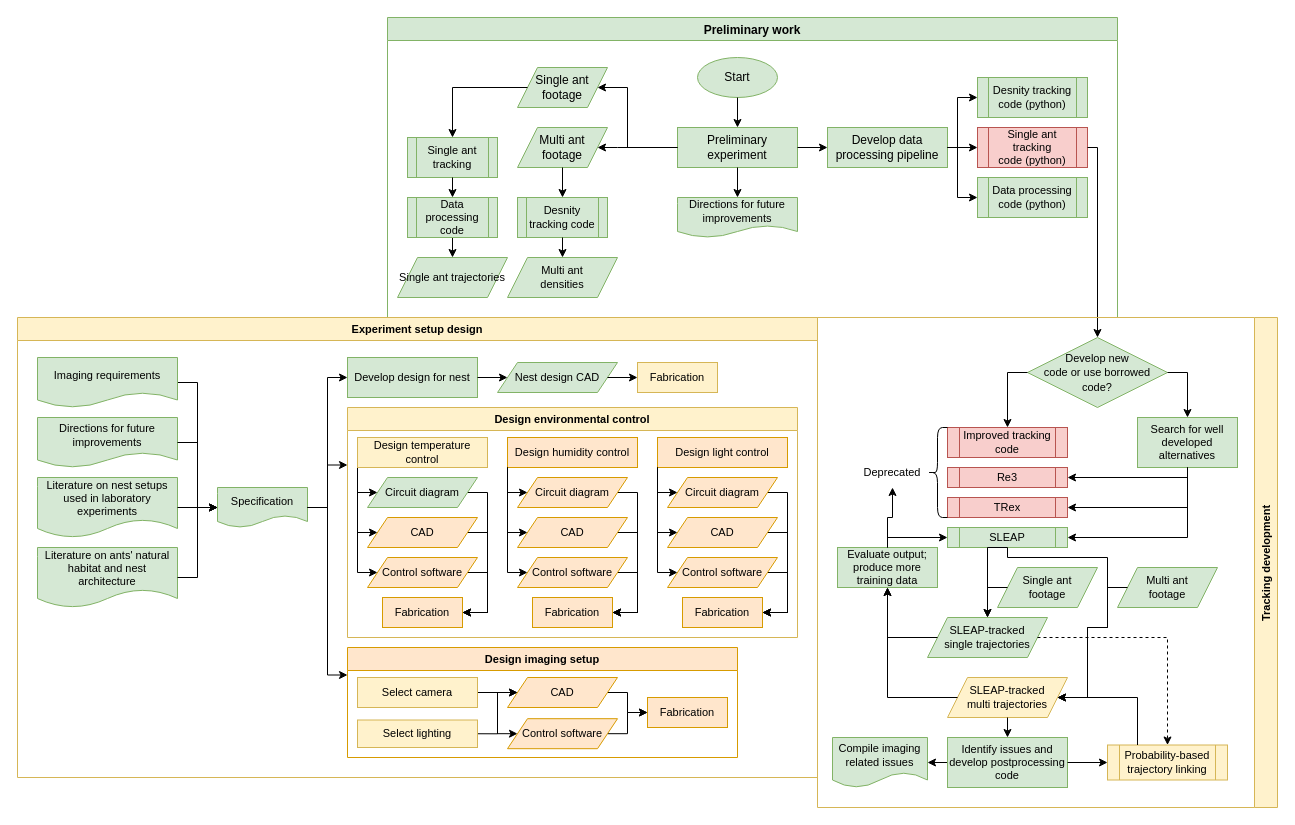
Above: research/Progress.drawio in MangledPotat0/diagramsRoot (draw.io), before the change. Source tidied: cells renumbered, new cells numbered last; positions are measured from the earlier drawing's top-left corner, leaving out a move shared by most shapes. Both pictures are drawn from the tidied source at 100%, with x=0, y=0 at pixel (17, 17).
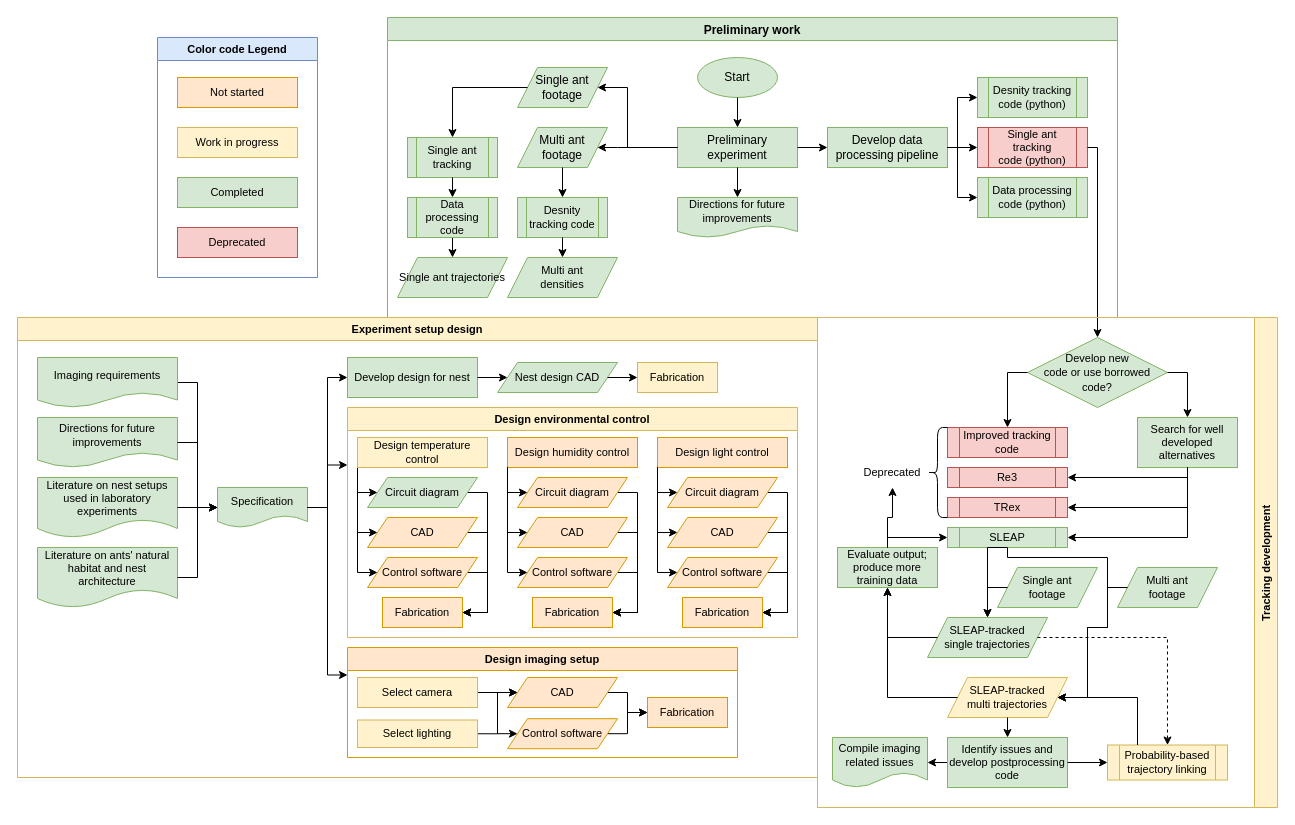
The same page after the edit.

Commit message:
Created a legend for color coding

Change to the diagram source:
```diff
@@
+    <mxCell id="129" value="Color code Legend" style="swimlane;fontSize=11;fillColor=#dae8fc;strokeColor=#6c8ebf;" parent="1" vertex="1">
+      <mxGeometry x="140" y="20" width="160" height="240" as="geometry" />
+    </mxCell>
+    <mxCell id="130" value="Not started" style="rounded=0;whiteSpace=wrap;html=1;fontSize=11;fillColor=#ffe6cc;strokeColor=#d79b00;" parent="129" vertex="1">
+      <mxGeometry x="20" y="40" width="120" height="30" as="geometry" />
+    </mxCell>
+    <mxCell id="131" value="Work in progress" style="rounded=0;whiteSpace=wrap;html=1;fontSize=11;fillColor=#fff2cc;strokeColor=#d6b656;" parent="129" vertex="1">
+      <mxGeometry x="20" y="90" width="120" height="30" as="geometry" />
+    </mxCell>
+    <mxCell id="132" value="Completed" style="rounded=0;whiteSpace=wrap;html=1;fontSize=11;fillColor=#d5e8d4;strokeColor=#82b366;" parent="129" vertex="1">
+      <mxGeometry x="20" y="140" width="120" height="30" as="geometry" />
+    </mxCell>
+    <mxCell id="133" value="Deprecated" style="rounded=0;whiteSpace=wrap;html=1;fontSize=11;fillColor=#f8cecc;strokeColor=#b85450;" parent="129" vertex="1">
+      <mxGeometry x="20" y="190" width="120" height="30" as="geometry" />
+    </mxCell>
```
